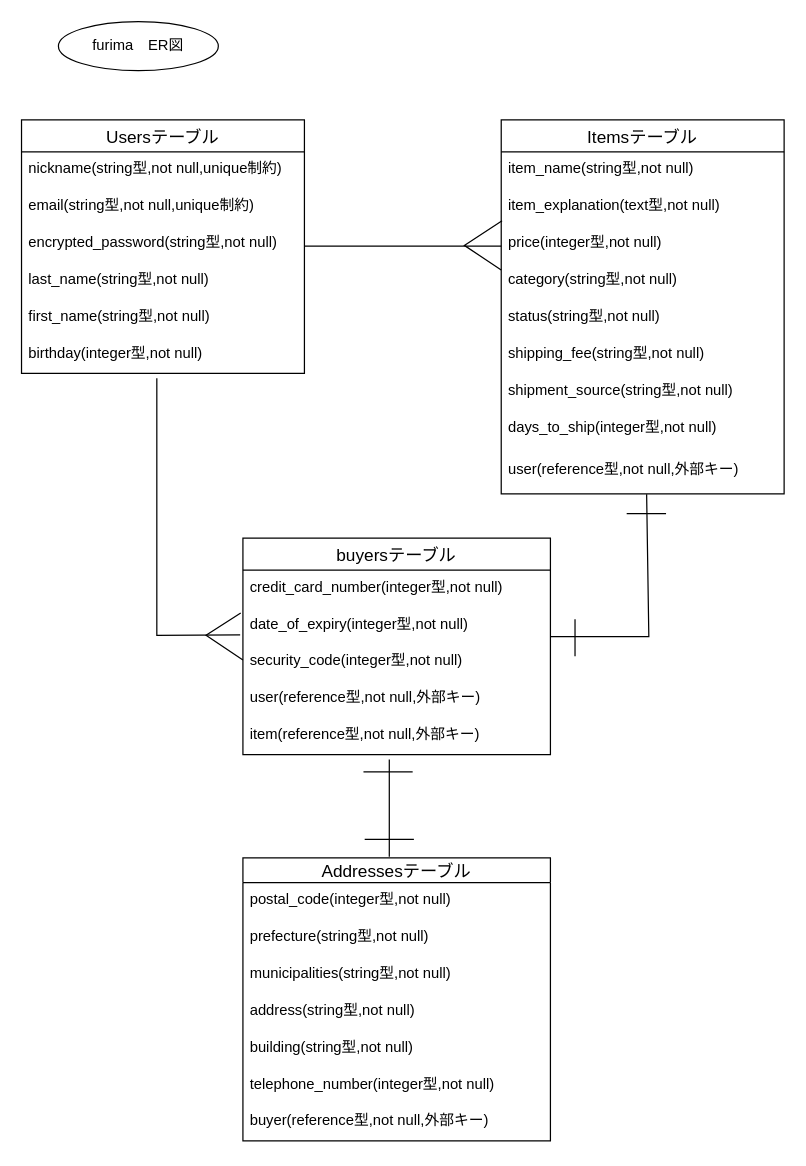
basyobasyo/furima-36683 keeps this draw.io diagram as ER.dio. Above is the earlier version. Source tidied: cells renumbered, new cells numbered last; positions are measured from the earlier drawing's top-left corner, leaving out a move shared by most shapes. Both pictures are drawn from the tidied source at 123%, with x=0, y=0 at pixel (21, 21).
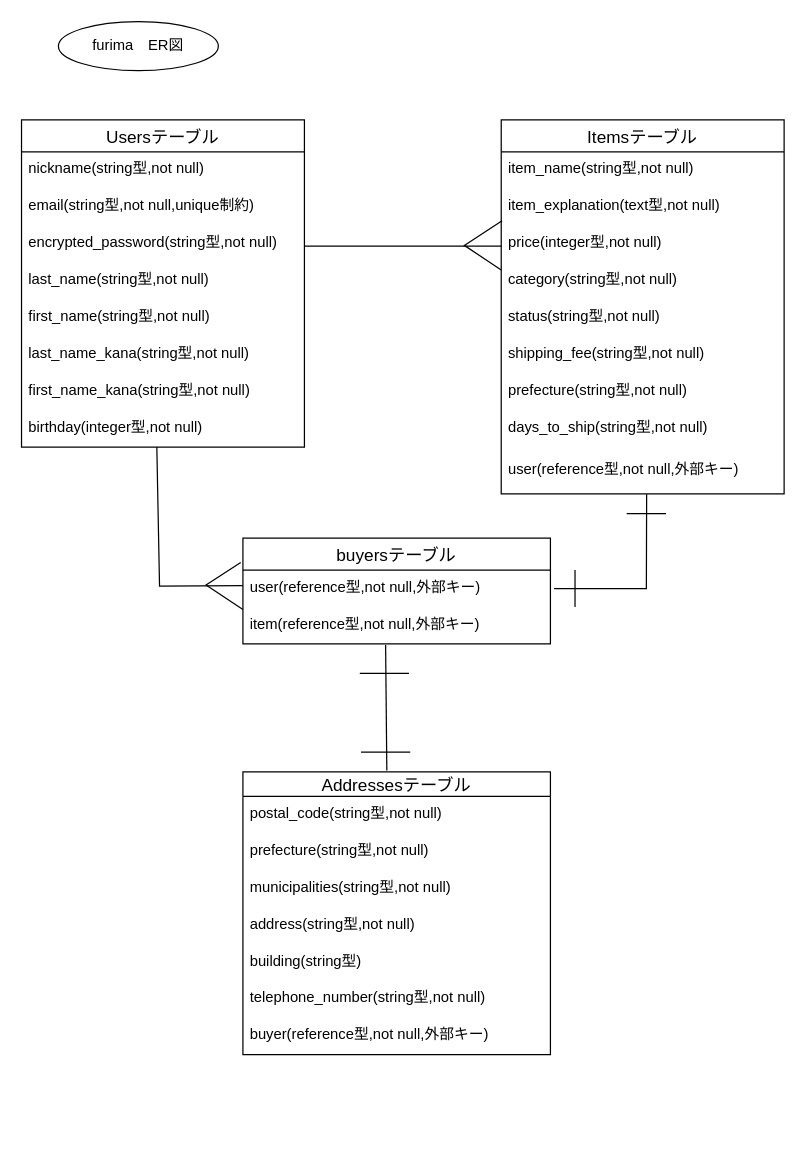
After the change.

Commit message (it also covers changes not shown here):
１回目　レビュー後の修正

The change refers to these unchanged cells:
```xml
<mxCell id="10" value="Itemsテーブル" style="swimlane;fontStyle=0;horizontal=1;startSize=26;align=center;fontSize=14;" parent="1" vertex="1">
  <mxGeometry x="390" y="80" width="230" height="304" as="geometry" />
</mxCell>
<mxCell id="19" value="user(reference型,not null,外部キー)" style="text;strokeColor=none;fillColor=none;spacingLeft=4;spacingRight=4;overflow=hidden;points=[[0,0.5],[1,0.5]];portConstraint=eastwest;fontSize=12;" parent="10" vertex="1">
  <mxGeometry y="270" width="230" height="34" as="geometry" />
</mxCell>
```

What changed in the source:
```diff
@@
     <mxCell id="2" value="Usersテーブル" style="swimlane;fontStyle=0;horizontal=1;startSize=26;align=center;fontSize=14;" parent="1" vertex="1">
-      <mxGeometry y="80" width="230" height="206" as="geometry" />
+      <mxGeometry y="80" width="230" height="266" as="geometry" />
     </mxCell>
-    <mxCell id="3" value="nickname(string型,not null,unique制約)" style="text;strokeColor=none;fillColor=none;spacingLeft=4;spacingRight=4;overflow=hidden;fontSize=12;" parent="2" vertex="1">
+    <mxCell id="3" value="nickname(string型,not null)" style="text;strokeColor=none;fillColor=none;spacingLeft=4;spacingRight=4;overflow=hidden;fontSize=12;" parent="2" vertex="1">
       <mxGeometry y="26" width="230" height="30" as="geometry" />
     </mxCell>
@@
+    <mxCell id="44" value="last_name_kana(string型,not null)" style="text;strokeColor=none;fillColor=none;spacingLeft=4;spacingRight=4;overflow=hidden;fontSize=12;" parent="2" vertex="1">
+      <mxGeometry y="176" width="230" height="30" as="geometry" />
+    </mxCell>
+    <mxCell id="45" value="first_name_kana(string型,not null)" style="text;strokeColor=none;fillColor=none;spacingLeft=4;spacingRight=4;overflow=hidden;fontSize=12;" parent="2" vertex="1">
+      <mxGeometry y="206" width="230" height="30" as="geometry" />
+    </mxCell>
     <mxCell id="8" value="birthday(integer型,not null)" style="text;strokeColor=none;fillColor=none;spacingLeft=4;spacingRight=4;overflow=hidden;fontSize=12;" parent="2" vertex="1">
-      <mxGeometry y="176" width="230" height="30" as="geometry" />
+      <mxGeometry y="236" width="230" height="30" as="geometry" />
     </mxCell>
@@
-    <mxCell id="17" value="shipment_source(string型,not null)" style="text;strokeColor=none;fillColor=none;spacingLeft=4;spacingRight=4;overflow=hidden;fontSize=12;" parent="10" vertex="1">
+    <mxCell id="17" value="prefecture(string型,not null)" style="text;strokeColor=none;fillColor=none;spacingLeft=4;spacingRight=4;overflow=hidden;fontSize=12;" parent="10" vertex="1">
       <mxGeometry y="206" width="230" height="30" as="geometry" />
     </mxCell>
-    <mxCell id="18" value="days_to_ship(integer型,not null)" style="text;strokeColor=none;fillColor=none;spacingLeft=4;spacingRight=4;overflow=hidden;fontSize=12;" parent="10" vertex="1">
+    <mxCell id="18" value="days_to_ship(string型,not null)" style="text;strokeColor=none;fillColor=none;spacingLeft=4;spacingRight=4;overflow=hidden;fontSize=12;" parent="10" vertex="1">
       <mxGeometry y="236" width="230" height="34" as="geometry" />
     </mxCell>
@@
     <mxCell id="20" value="buyersテーブル" style="swimlane;fontStyle=0;horizontal=1;startSize=26;align=center;fontSize=14;" parent="1" vertex="1">
-      <mxGeometry x="180" y="420" width="250" height="176" as="geometry" />
+      <mxGeometry x="180" y="420" width="250" height="86" as="geometry" />
     </mxCell>
-    <mxCell id="21" value="credit_card_number(integer型,not null)" style="text;strokeColor=none;fillColor=none;spacingLeft=4;spacingRight=4;overflow=hidden;fontSize=12;" parent="20" vertex="1">
-      <mxGeometry y="26" width="250" height="30" as="geometry" />
-    </mxCell>
-    <mxCell id="22" value="date_of_expiry(integer型,not null)" style="text;strokeColor=none;fillColor=none;spacingLeft=4;spacingRight=4;overflow=hidden;points=[[0,0.5],[1,0.5]];portConstraint=eastwest;fontSize=12;" parent="20" vertex="1">
-      <mxGeometry y="56" width="250" height="30" as="geometry" />
-    </mxCell>
-    <mxCell id="23" value="security_code(integer型,not null)" style="text;strokeColor=none;fillColor=none;spacingLeft=4;spacingRight=4;overflow=hidden;fontSize=12;" parent="20" vertex="1">
-      <mxGeometry y="86" width="250" height="30" as="geometry" />
-    </mxCell>
     <mxCell id="24" value="user(reference型,not null,外部キー)" style="text;strokeColor=none;fillColor=none;spacingLeft=4;spacingRight=4;overflow=hidden;fontSize=12;" parent="20" vertex="1">
-      <mxGeometry y="116" width="250" height="30" as="geometry" />
+      <mxGeometry y="26" width="250" height="30" as="geometry" />
     </mxCell>
     <mxCell id="25" value="item(reference型,not null,外部キー)" style="text;strokeColor=none;fillColor=none;spacingLeft=4;spacingRight=4;overflow=hidden;points=[[0,0.5],[1,0.5]];portConstraint=eastwest;fontSize=12;" parent="20" vertex="1">
-      <mxGeometry y="146" width="250" height="30" as="geometry" />
+      <mxGeometry y="56" width="250" height="30" as="geometry" />
     </mxCell>
     <mxCell id="26" style="endArrow=none;html=1;rounded=0;entryX=0.514;entryY=1.012;entryDx=0;entryDy=0;entryPerimeter=0;" parent="1" edge="1" target="19">
       <mxGeometry relative="1" as="geometry">
-        <mxPoint x="430" y="500" as="sourcePoint" />
+        <mxPoint x="433" y="461" as="sourcePoint" />
         <Array as="points">
-          <mxPoint x="510" y="500" />
+          <mxPoint x="508" y="461" />
         </Array>
       </mxGeometry>
     </mxCell>
-    <mxCell id="27" style="html=1;rounded=0;endArrow=none;endFill=0;exitX=-0.009;exitY=0.753;exitDx=0;exitDy=0;exitPerimeter=0;" parent="1" edge="1" source="22">
+    <mxCell id="27" style="html=1;rounded=0;endArrow=none;endFill=0;exitX=-0.009;exitY=0.753;exitDx=0;exitDy=0;exitPerimeter=0;" parent="1" edge="1">
       <mxGeometry relative="1" as="geometry">
-        <mxPoint x="110" y="290" as="targetPoint" />
+        <mxPoint x="180" y="458.6" as="sourcePoint" />
+        <mxPoint x="110" y="346" as="targetPoint" />
         <Array as="points">
-          <mxPoint x="110" y="499" />
+          <mxPoint x="112.2" y="459" />
         </Array>
       </mxGeometry>
     </mxCell>
     <mxCell id="28" value="Addressesテーブル" style="swimlane;fontStyle=0;horizontal=1;startSize=20;align=center;fontSize=14;" parent="1" vertex="1">
-      <mxGeometry x="180" y="680" width="250" height="230" as="geometry" />
+      <mxGeometry x="180" y="610" width="250" height="230" as="geometry" />
     </mxCell>
-    <mxCell id="29" value="postal_code(integer型,not null)" style="text;strokeColor=none;fillColor=none;spacingLeft=4;spacingRight=4;overflow=hidden;fontSize=12;" parent="28" vertex="1">
+    <mxCell id="29" value="postal_code(string型,not null)" style="text;strokeColor=none;fillColor=none;spacingLeft=4;spacingRight=4;overflow=hidden;fontSize=12;" parent="28" vertex="1">
       <mxGeometry y="20" width="250" height="30" as="geometry" />
     </mxCell>
@@
-    <mxCell id="33" value="building(string型,not null)" style="text;strokeColor=none;fillColor=none;spacingLeft=4;spacingRight=4;overflow=hidden;fontSize=12;" parent="28" vertex="1">
+    <mxCell id="33" value="building(string型)" style="text;strokeColor=none;fillColor=none;spacingLeft=4;spacingRight=4;overflow=hidden;fontSize=12;" parent="28" vertex="1">
       <mxGeometry y="140" width="250" height="30" as="geometry" />
     </mxCell>
-    <mxCell id="34" value="telephone_number(integer型,not null)" style="text;strokeColor=none;fillColor=none;spacingLeft=4;spacingRight=4;overflow=hidden;fontSize=12;" parent="28" vertex="1">
+    <mxCell id="34" value="telephone_number(string型,not null)" style="text;strokeColor=none;fillColor=none;spacingLeft=4;spacingRight=4;overflow=hidden;fontSize=12;" parent="28" vertex="1">
       <mxGeometry y="170" width="250" height="30" as="geometry" />
     </mxCell>
@@
-    <mxCell id="36" style="endArrow=none;html=1;rounded=0;strokeWidth=1;" parent="1" edge="1">
-      <mxGeometry relative="1" as="geometry">
-        <mxPoint x="299" y="600" as="sourcePoint" />
-        <mxPoint x="299" y="679" as="targetPoint" />
-      </mxGeometry>
-    </mxCell>
     <mxCell id="37" style="endArrow=none;html=1;rounded=0;strokeWidth=1;" parent="1" edge="1">
       <mxGeometry relative="1" as="geometry">
-        <mxPoint x="278" y="610" as="sourcePoint" />
-        <mxPoint x="318" y="610" as="targetPoint" />
+        <mxPoint x="275" y="530" as="sourcePoint" />
+        <mxPoint x="315" y="530" as="targetPoint" />
       </mxGeometry>
     </mxCell>
     <mxCell id="38" style="endArrow=none;html=1;rounded=0;strokeWidth=1;" parent="1" edge="1">
       <mxGeometry relative="1" as="geometry">
-        <mxPoint x="279" y="665" as="sourcePoint" />
-        <mxPoint x="319" y="665" as="targetPoint" />
+        <mxPoint x="276" y="594" as="sourcePoint" />
+        <mxPoint x="316" y="594" as="targetPoint" />
         <Array as="points">
-          <mxPoint x="299" y="665" />
+          <mxPoint x="296" y="594" />
         </Array>
       </mxGeometry>
     </mxCell>
@@
     <mxCell id="42" style="endArrow=none;html=1;rounded=0;strokeWidth=1;" parent="1" edge="1">
       <mxGeometry relative="1" as="geometry">
-        <mxPoint x="450" y="516" as="sourcePoint" />
-        <mxPoint x="450" y="486" as="targetPoint" />
+        <mxPoint x="450" y="476" as="sourcePoint" />
+        <mxPoint x="450" y="446" as="targetPoint" />
         <Array as="points">
-          <mxPoint x="450" y="506" />
+          <mxPoint x="450" y="466" />
         </Array>
       </mxGeometry>
     </mxCell>
     <mxCell id="43" style="endArrow=none;html=1;rounded=0;strokeWidth=1;exitX=-0.007;exitY=0.193;exitDx=0;exitDy=0;exitPerimeter=0;" parent="1" edge="1">
       <mxGeometry relative="1" as="geometry">
-        <mxPoint x="178.2" y="480.8" as="sourcePoint" />
-        <mxPoint x="180" y="519" as="targetPoint" />
+        <mxPoint x="178.2" y="439.9" as="sourcePoint" />
+        <mxPoint x="180" y="478.1" as="targetPoint" />
         <Array as="points">
-          <mxPoint x="150" y="499" />
+          <mxPoint x="150" y="458.1" />
         </Array>
       </mxGeometry>
     </mxCell>
+    <mxCell id="36" style="endArrow=none;html=1;rounded=0;strokeWidth=1;entryX=0.468;entryY=-0.005;entryDx=0;entryDy=0;entryPerimeter=0;exitX=0.464;exitY=1.028;exitDx=0;exitDy=0;exitPerimeter=0;" parent="1" edge="1" source="25" target="28">
+      <mxGeometry relative="1" as="geometry" />
+    </mxCell>
```
